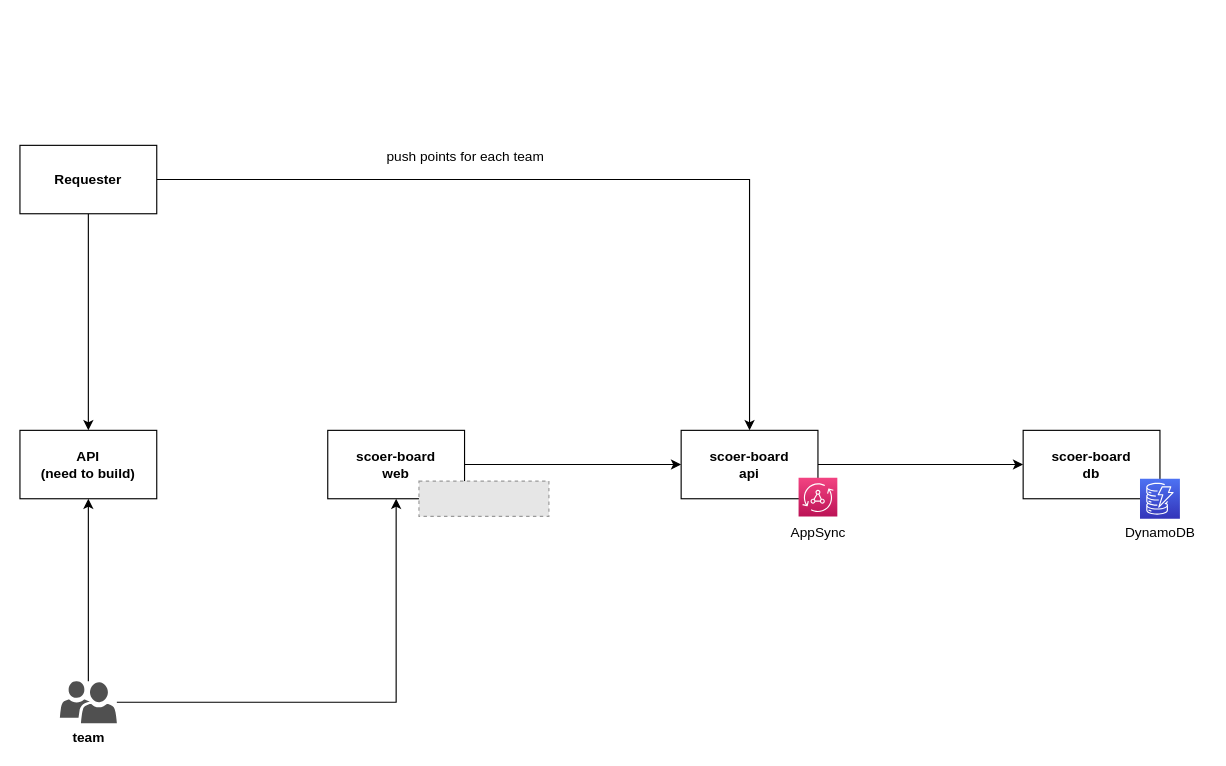
Before: score-board.drawio in daisuke-awaji/score-board, a draw.io diagram. Source tidied: cells renumbered, new cells numbered last; positions are measured from the earlier drawing's top-left corner, leaving out a move shared by most shapes. Both pictures are drawn from the tidied source at 114%, with x=0, y=0 at pixel (19, 145). Pictures stored in the file or linked from it are replaced by grey dashed boxes.
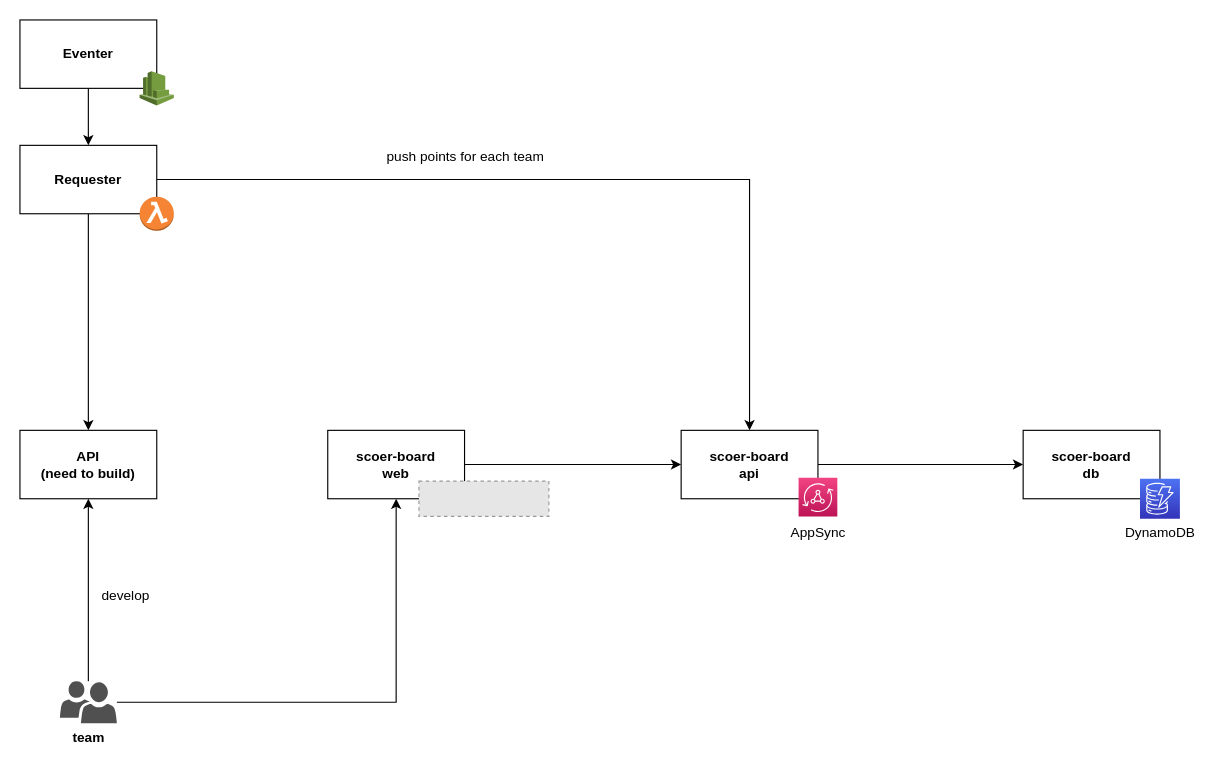
Above is the later version.

Commit message (it also covers changes not shown here):
score-board.drawio を更新します

The change refers to these unchanged cells:
```xml
<mxCell id="4" value="Requester" style="rounded=0;whiteSpace=wrap;html=1;fontStyle=1;" parent="1" vertex="1">
  <mxGeometry width="120" height="60" as="geometry" />
</mxCell>
```

Diff of the diagram source:
```diff
@@
+    <mxCell id="21" style="dashed=0;verticalLabelPosition=bottom;verticalAlign=top;align=center;html=1;shape=mxgraph.aws3.lambda_function;fillColor=#F58534;gradientColor=none;" parent="1" vertex="1">
+      <mxGeometry x="105" y="45" width="30" height="30" as="geometry" />
+    </mxCell>
+    <mxCell id="22" style="edgeStyle=orthogonalEdgeStyle;rounded=0;jettySize=auto;html=1;exitX=0.5;exitY=1;exitDx=0;exitDy=0;" parent="1" edge="1" source="23" target="4">
+      <mxGeometry relative="1" as="geometry" />
+    </mxCell>
+    <mxCell id="23" value="Eventer" style="rounded=0;whiteSpace=wrap;html=1;fontStyle=1;" parent="1" vertex="1">
+      <mxGeometry y="-110" width="120" height="60" as="geometry" />
+    </mxCell>
+    <mxCell id="24" style="dashed=0;verticalLabelPosition=bottom;verticalAlign=top;align=center;html=1;shape=mxgraph.aws3.cloudwatch;fillColor=#759C3E;gradientColor=none;" parent="1" vertex="1">
+      <mxGeometry x="105" y="-65" width="30" height="30" as="geometry" />
+    </mxCell>
+    <mxCell id="25" value="develop" style="text;html=1;align=left;verticalAlign=top;spacingTop=-4;" parent="1" vertex="1">
+      <mxGeometry x="70" y="385" width="60" height="10" as="geometry" />
+    </mxCell>
```
